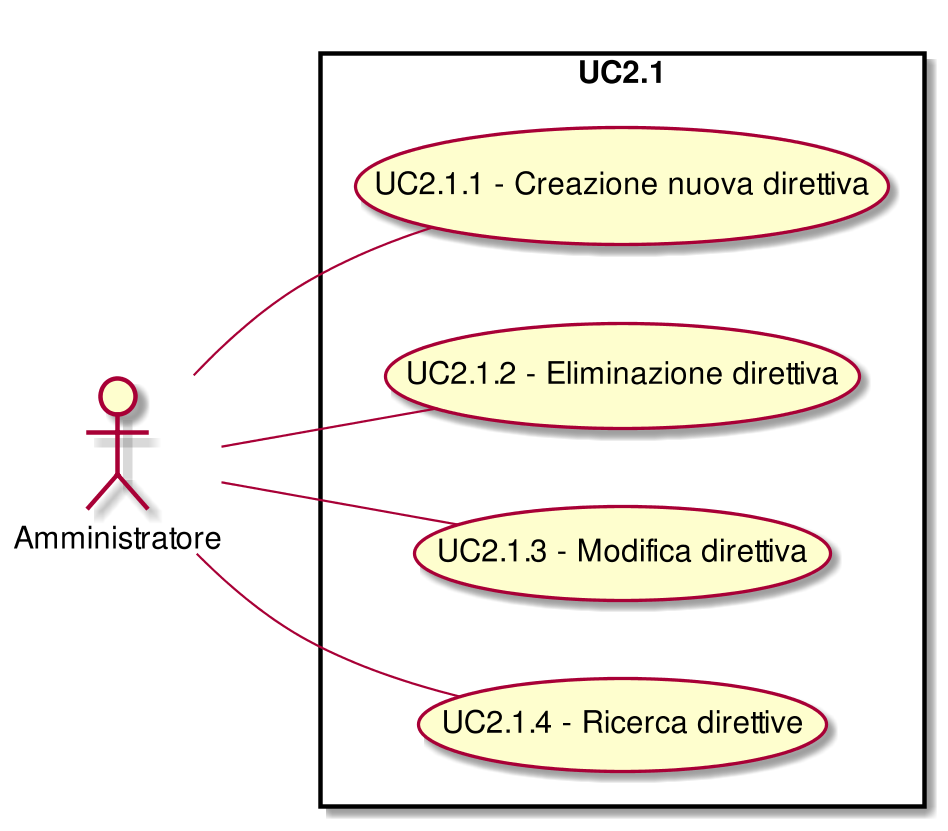
This is RR/Esterni/AnalisiDeiRequisiti/images/UseCaseUC21.png from CoCodeSWE/Docs, a PlantUML export, as it was before one commit. Its diagram source:
```plantuml
@startuml
scale 1000*1000
left to right direction
skinparam packageStyle rect
:Amministratore:
rectangle UC2.1{
( UC2.1.1 - Creazione nuova direttiva ) as (UC2.1.1)
:Amministratore:--(UC2.1.1)
( UC2.1.2 - Eliminazione direttiva  ) as (UC2.1.2)
:Amministratore:--(UC2.1.2)
( UC2.1.3 - Modifica direttiva ) as (UC2.1.3)
:Amministratore:--(UC2.1.3)
( UC2.1.4 - Ricerca direttive  ) as (UC2.1.4)
:Amministratore:--(UC2.1.4)
}
@enduml
```
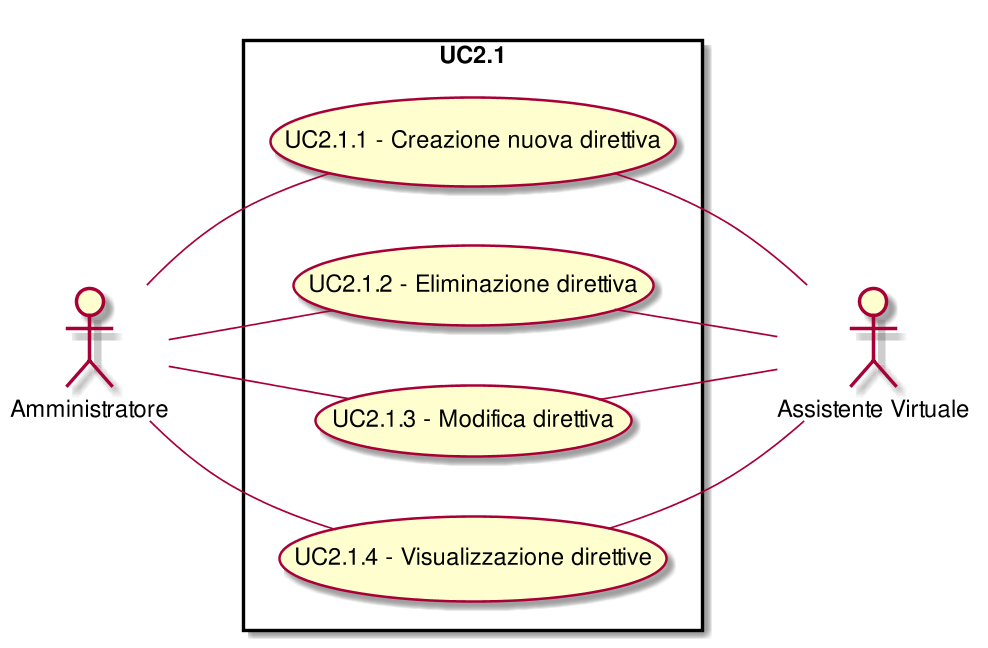
After the change.

What changed in the source:
```diff
@@ -3,14 +3,23 @@
 left to right direction
 skinparam packageStyle rect
 :Amministratore:
+:Assistente Virtuale:
 rectangle UC2.1{
 ( UC2.1.1 - Creazione nuova direttiva ) as (UC2.1.1)
 :Amministratore:--(UC2.1.1)
+( UC2.1.1 - Creazione nuova direttiva ) as (UC2.1.1)
+(UC2.1.1)--:Assistente Virtuale:
 ( UC2.1.2 - Eliminazione direttiva  ) as (UC2.1.2)
 :Amministratore:--(UC2.1.2)
+( UC2.1.2 - Eliminazione direttiva  ) as (UC2.1.2)
+(UC2.1.2)--:Assistente Virtuale:
 ( UC2.1.3 - Modifica direttiva ) as (UC2.1.3)
 :Amministratore:--(UC2.1.3)
-( UC2.1.4 - Ricerca direttive  ) as (UC2.1.4)
+( UC2.1.3 - Modifica direttiva ) as (UC2.1.3)
+(UC2.1.3)--:Assistente Virtuale:
+( UC2.1.4 - Visualizzazione direttive  ) as (UC2.1.4)
 :Amministratore:--(UC2.1.4)
+( UC2.1.4 - Visualizzazione direttive  ) as (UC2.1.4)
+(UC2.1.4)--:Assistente Virtuale:
 }
 @enduml
```
